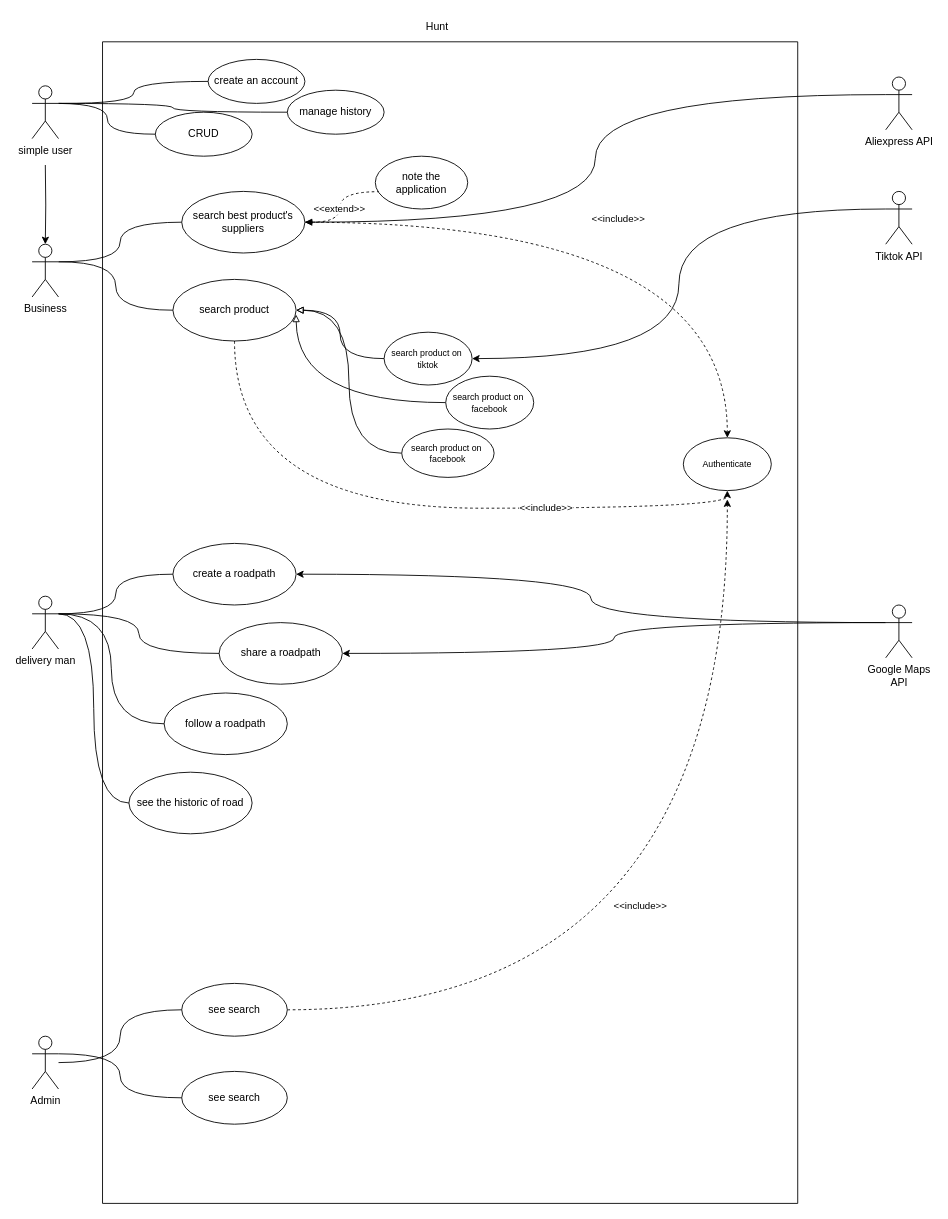
Before: page "UML diagrams" (1 of 2) of Diagramme sans nom.drawio in Valeryio/System-Draws, a draw.io diagram. Source tidied: cells renumbered, new cells numbered last; positions are measured from the earlier drawing's top-left corner, leaving out a move shared by most shapes. Both pictures are drawn from the tidied source at 88%, with x=0, y=0 at pixel (32, 15).
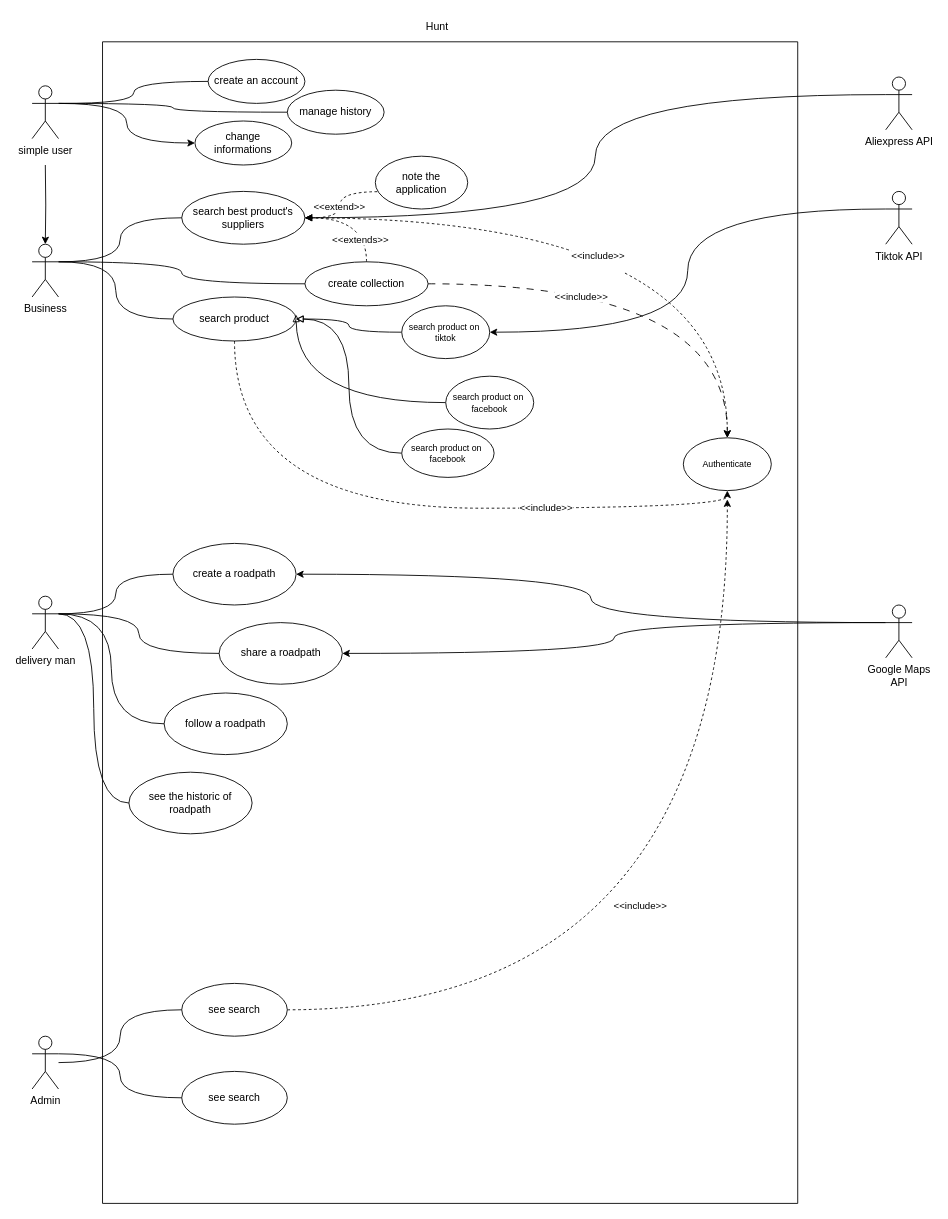
After the change.

The change refers to these unchanged cells:
```xml
<mxCell id="3" style="swimlane;startSize=0;" parent="1" vertex="1">
  <mxGeometry x="80" y="30" width="790" height="1320" as="geometry" />
</mxCell>
<mxCell id="5" style="edgeStyle=orthogonalEdgeStyle;rounded=0;jettySize=auto;html=1;exitX=1;exitY=0.5;exitDx=0;exitDy=0;elbow=vertical;curved=1;dashed=1;" parent="3" edge="1" source="7" target="27">
  <mxGeometry relative="1" as="geometry" />
</mxCell>
<mxCell id="27" value="&lt;span style=&quot;font-size: 10px;&quot;&gt;Authenticate&lt;/span&gt;" style="ellipse;whiteSpace=wrap;html=1;" parent="3" vertex="1">
  <mxGeometry x="660" y="450" width="100" height="60" as="geometry" />
</mxCell>
<mxCell id="35" value="simple user" style="shape=umlActor;verticalLabelPosition=bottom;verticalAlign=top;html=1;outlineConnect=0;" parent="1" vertex="1">
  <mxGeometry y="80" width="30" height="60" as="geometry" />
</mxCell>
<mxCell id="38" value="Business" style="shape=umlActor;verticalLabelPosition=bottom;verticalAlign=top;html=1;outlineConnect=0;" parent="1" vertex="1">
  <mxGeometry y="260" width="30" height="60" as="geometry" />
</mxCell>
```

Change to the diagram source:
```diff
@@
     <mxCell id="6" value="&amp;lt;&amp;lt;include&amp;gt;&amp;gt;&lt;div&gt;&lt;br&gt;&lt;/div&gt;" style="edgeLabel;html=1;align=center;verticalAlign=middle;" parent="5" vertex="1">
-      <mxGeometry x="-0.02" y="-2" relative="1" as="geometry" />
+      <mxGeometry x="-0.09" y="-49" relative="1" as="geometry" />
     </mxCell>
     <mxCell id="7" value="search best&amp;nbsp;product's suppliers" style="ellipse;whiteSpace=wrap;html=1;" parent="3" vertex="1">
-      <mxGeometry x="90" y="170" width="140" height="70" as="geometry" />
+      <mxGeometry x="90" y="170" width="140" height="60" as="geometry" />
     </mxCell>
@@
     <mxCell id="10" value="search product" style="ellipse;whiteSpace=wrap;html=1;" parent="3" vertex="1">
-      <mxGeometry x="80" y="270" width="140" height="70" as="geometry" />
+      <mxGeometry x="80" y="290" width="140" height="50" as="geometry" />
     </mxCell>
@@
     <mxCell id="12" value="&lt;font style=&quot;font-size: 10px;&quot;&gt;search product on&amp;nbsp;&lt;/font&gt;&lt;div style=&quot;font-size: 10px;&quot;&gt;&lt;font style=&quot;font-size: 10px;&quot;&gt;tiktok&lt;/font&gt;&lt;/div&gt;" style="ellipse;whiteSpace=wrap;html=1;" parent="3" vertex="1">
-      <mxGeometry x="320" y="330" width="100" height="60" as="geometry" />
+      <mxGeometry x="340" y="300" width="100" height="60" as="geometry" />
     </mxCell>
@@
-    <mxCell id="20" value="CRUD" style="ellipse;whiteSpace=wrap;html=1;" parent="3" vertex="1">
-      <mxGeometry x="60" y="80" width="110" height="50" as="geometry" />
-    </mxCell>
@@
-    <mxCell id="30" value="see the historic of road" style="ellipse;whiteSpace=wrap;html=1;" parent="3" vertex="1">
+    <mxCell id="30" value="see the historic of roadpath" style="ellipse;whiteSpace=wrap;html=1;" parent="3" vertex="1">
       <mxGeometry x="30" y="830" width="140" height="70" as="geometry" />
     </mxCell>
+    <mxCell id="54" value="change informations" style="ellipse;whiteSpace=wrap;html=1;" parent="3" vertex="1">
+      <mxGeometry x="105" y="90" width="110" height="50" as="geometry" />
+    </mxCell>
+    <mxCell id="55" style="edgeStyle=orthogonalEdgeStyle;curved=1;rounded=0;jettySize=auto;html=1;dashed=1;dashPattern=8 8;" parent="3" edge="1" source="59" target="27">
+      <mxGeometry relative="1" as="geometry" />
+    </mxCell>
+    <mxCell id="56" value="&amp;lt;&amp;lt;include&amp;gt;&amp;gt;" style="edgeLabel;html=1;align=center;verticalAlign=middle;" parent="55" vertex="1">
+      <mxGeometry x="-0.33" y="-14" relative="1" as="geometry" />
+    </mxCell>
+    <mxCell id="57" style="edgeStyle=orthogonalEdgeStyle;curved=1;rounded=0;jettySize=auto;html=1;exitX=0.5;exitY=0;exitDx=0;exitDy=0;entryX=1;entryY=0.5;entryDx=0;entryDy=0;dashed=1;" parent="3" edge="1" source="59" target="7">
+      <mxGeometry relative="1" as="geometry" />
+    </mxCell>
+    <mxCell id="58" value="&amp;lt;&amp;lt;extends&amp;gt;&amp;gt;" style="edgeLabel;html=1;align=center;verticalAlign=middle;" parent="57" vertex="1">
+      <mxGeometry x="-0.57" y="8" relative="1" as="geometry" />
+    </mxCell>
+    <mxCell id="59" value="create collection" style="ellipse;whiteSpace=wrap;html=1;" parent="3" vertex="1">
+      <mxGeometry x="230" y="250" width="140" height="50" as="geometry" />
+    </mxCell>
@@
-    <mxCell id="33" style="edgeStyle=orthogonalEdgeStyle;rounded=0;jettySize=auto;html=1;entryX=0;entryY=0.5;entryDx=0;entryDy=0;curved=1;endArrow=none;endFill=0;" parent="1" edge="1" target="20">
-      <mxGeometry relative="1" as="geometry">
-        <mxPoint x="30" y="100" as="sourcePoint" />
-      </mxGeometry>
-    </mxCell>
@@
+    <mxCell id="60" style="edgeStyle=orthogonalEdgeStyle;rounded=0;jettySize=auto;html=1;exitX=1;exitY=0.3333333333333333;exitDx=0;exitDy=0;exitPerimeter=0;entryX=0;entryY=0.5;entryDx=0;entryDy=0;curved=1;" parent="1" edge="1" source="35" target="54">
+      <mxGeometry relative="1" as="geometry" />
+    </mxCell>
@@
+    <mxCell id="61" style="edgeStyle=orthogonalEdgeStyle;curved=1;rounded=0;jettySize=auto;html=1;exitX=1;exitY=0.3333333333333333;exitDx=0;exitDy=0;exitPerimeter=0;endArrow=none;endFill=0;" parent="1" edge="1" source="38" target="59">
+      <mxGeometry relative="1" as="geometry" />
+    </mxCell>
```
